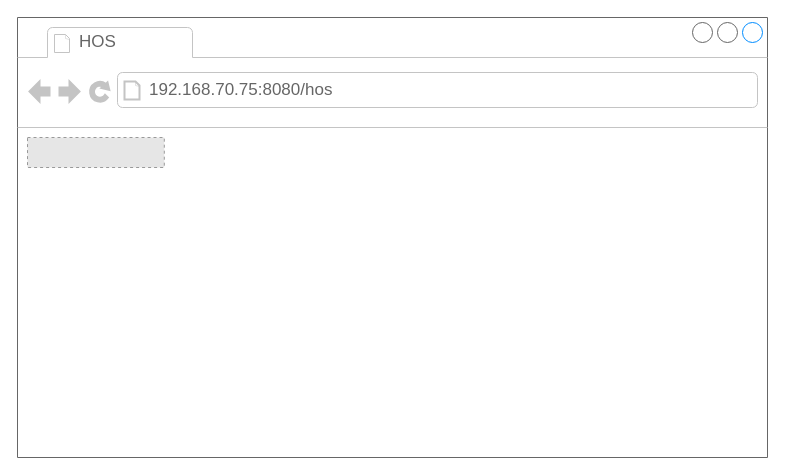
Above: hos-revamp.drawio in gustianom/hanwhaiso (draw.io), before the change. Source tidied: cells renumbered, new cells numbered last; positions are measured from the earlier drawing's top-left corner, leaving out a move shared by most shapes. Both pictures are drawn from the tidied source at 100%, with x=0, y=0 at pixel (17, 17). Pictures stored in the file or linked from it are replaced by grey dashed boxes.
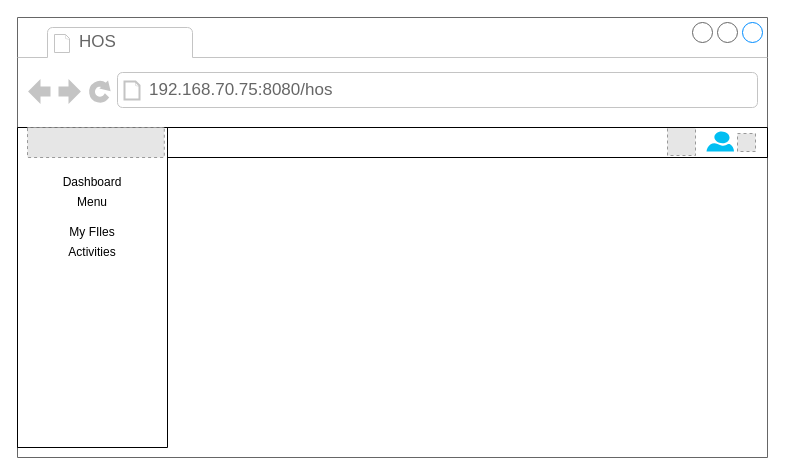
After the change.

What changed in the source:
```diff
@@
 <mxGraphModel>
   <root>
     <mxCell id="0" />
     <mxCell id="1" parent="0" />
     <mxCell id="2" style="strokeWidth=1;shadow=0;dashed=0;align=center;html=1;shape=mxgraph.mockup.containers.browserWindow;rSize=0;strokeColor=#666666;strokeColor2=#008cff;strokeColor3=#c4c4c4;mainText=,;" parent="1" vertex="1">
       <mxGeometry width="750" height="440" as="geometry" />
     </mxCell>
     <mxCell id="3" value="HOS" style="strokeWidth=1;shadow=0;dashed=0;align=center;html=1;shape=mxgraph.mockup.containers.anchor;fontSize=17;fontColor=#666666;align=left;" parent="2" vertex="1">
       <mxGeometry x="60" y="12" width="110" height="26" as="geometry" />
     </mxCell>
     <mxCell id="4" value="192.168.70.75:8080/hos" style="strokeWidth=1;shadow=0;dashed=0;align=center;html=1;shape=mxgraph.mockup.containers.anchor;rSize=0;fontSize=17;fontColor=#666666;align=left;" parent="2" vertex="1">
       <mxGeometry x="130" y="60" width="250" height="26" as="geometry" />
     </mxCell>
-    <mxCell id="5" style="fillColor=#E6E6E6;strokeColor=#999999;dashed=1;verticalLabelPosition=bottom;labelBackgroundColor=default;verticalAlign=top;" parent="2" vertex="1">
-      <mxGeometry x="10" y="120" width="136.8" height="30" as="geometry" />
-    </mxCell>
+    <mxCell id="6" style="swimlane;startSize=0;" parent="2" vertex="1">
+      <mxGeometry y="110" width="150" height="320" as="geometry" />
+    </mxCell>
+    <mxCell id="7" value="Dashboard" style="text;html=1;strokeColor=none;fillColor=none;align=center;verticalAlign=middle;whiteSpace=wrap;rounded=0;" parent="6" vertex="1">
+      <mxGeometry x="15" y="40" width="120" height="30" as="geometry" />
+    </mxCell>
+    <mxCell id="8" value="My FIles" style="text;html=1;strokeColor=none;fillColor=none;align=center;verticalAlign=middle;whiteSpace=wrap;rounded=0;" parent="6" vertex="1">
+      <mxGeometry x="15" y="90" width="120" height="30" as="geometry" />
+    </mxCell>
+    <mxCell id="9" value="Activities" style="text;html=1;strokeColor=none;fillColor=none;align=center;verticalAlign=middle;whiteSpace=wrap;rounded=0;" parent="6" vertex="1">
+      <mxGeometry x="15" y="110" width="120" height="30" as="geometry" />
+    </mxCell>
+    <mxCell id="10" style="fillColor=#E6E6E6;strokeColor=#999999;dashed=1;verticalLabelPosition=bottom;labelBackgroundColor=default;verticalAlign=top;" parent="6" vertex="1">
+      <mxGeometry x="10" width="136.8" height="30" as="geometry" />
+    </mxCell>
+    <mxCell id="11" value="Menu" style="text;html=1;strokeColor=none;fillColor=none;align=center;verticalAlign=middle;whiteSpace=wrap;rounded=0;" parent="6" vertex="1">
+      <mxGeometry x="15" y="60" width="120" height="30" as="geometry" />
+    </mxCell>
+    <mxCell id="12" style="verticalLabelPosition=bottom;html=1;verticalAlign=top;align=center;strokeColor=none;fillColor=#00BEF2;shape=mxgraph.azure.user;" parent="2" vertex="1">
+      <mxGeometry x="689" y="114" width="27.5" height="20" as="geometry" />
+    </mxCell>
+    <mxCell id="13" style="fillColor=#E6E6E6;strokeColor=#999999;dashed=1;html=1;verticalAlign=top;verticalLabelPosition=bottom;labelBackgroundColor=#ffffff;" parent="2" vertex="1">
+      <mxGeometry x="650" y="110" width="28" height="28" as="geometry" />
+    </mxCell>
+    <mxCell id="14" style="swimlane;startSize=0;" parent="1" vertex="1">
+      <mxGeometry x="150" y="110" width="600" height="30" as="geometry" />
+    </mxCell>
+    <mxCell id="15" style="fillColor=#E6E6E6;strokeColor=#999999;dashed=1;html=1;verticalAlign=top;verticalLabelPosition=bottom;labelBackgroundColor=#ffffff;" parent="14" vertex="1">
+      <mxGeometry x="570" y="6" width="18" height="18" as="geometry" />
+    </mxCell>
   </root>
 </mxGraphModel>
```
